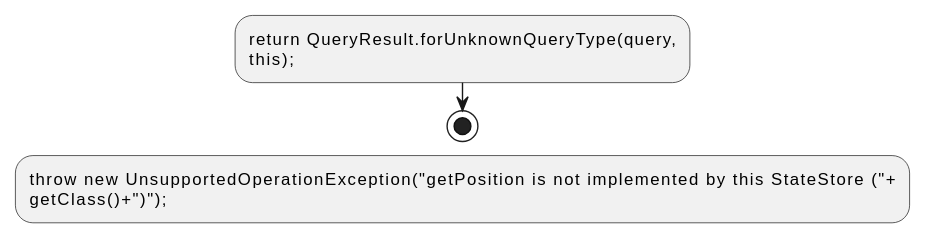
Before: docs/qc/streams/src/main/java/org/apache/kafka/streams/processor/StateStore.java.fct.svg, a diagram exported from PlantUML (qualitesys/kafka).
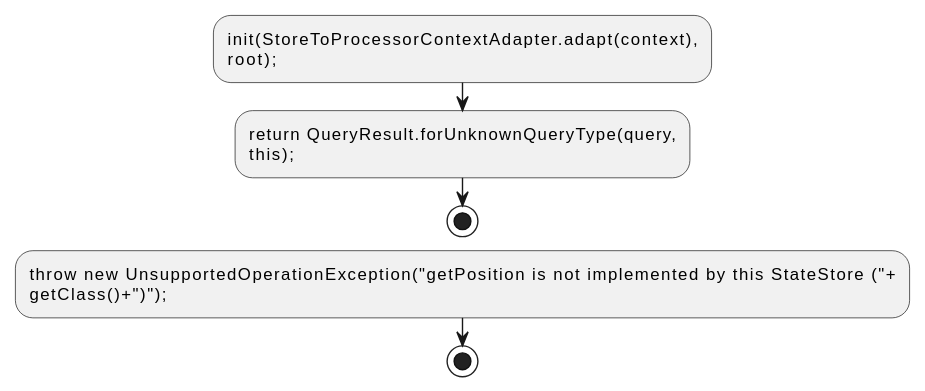
After the change.

Change to the diagram source:
```diff
@@ -1,8 +1,11 @@
 @startuml
 !pragma layout smetana
+:init(StoreToProcessorContextAdapter.adapt(context),
+root);;
 :return QueryResult.forUnknownQueryType(query,
 this);;
 stop
 :throw new UnsupportedOperationException("getPosition is not implemented by this StateStore ("+
 getClass()+")");;
+stop
 @enduml
```
